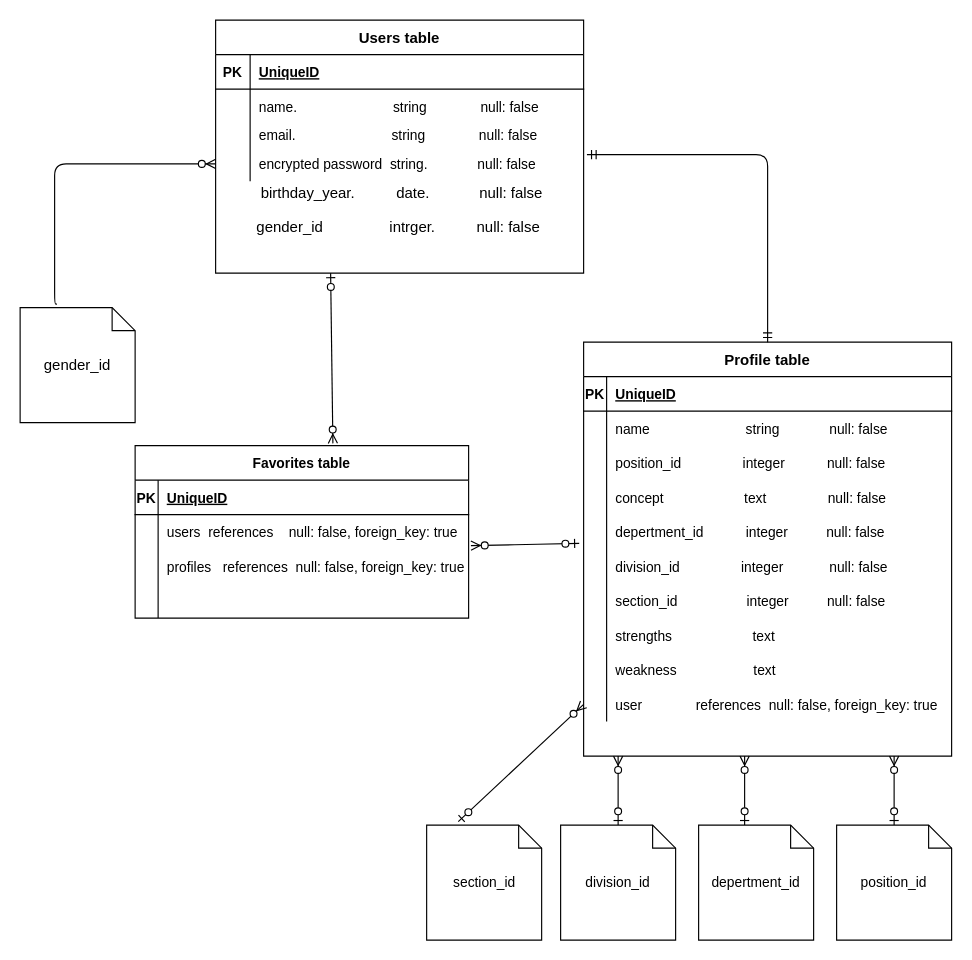
The draw.io diagram yaru_ja_nai.dio in YuichiTakaoka/yaru_ja_nai-37240, before the edit. Source tidied: cells renumbered, new cells numbered last; positions are measured from the earlier drawing's top-left corner, leaving out a move shared by most shapes. Both pictures are drawn from the tidied source at 115%, with x=0, y=0 at pixel (20, 20).
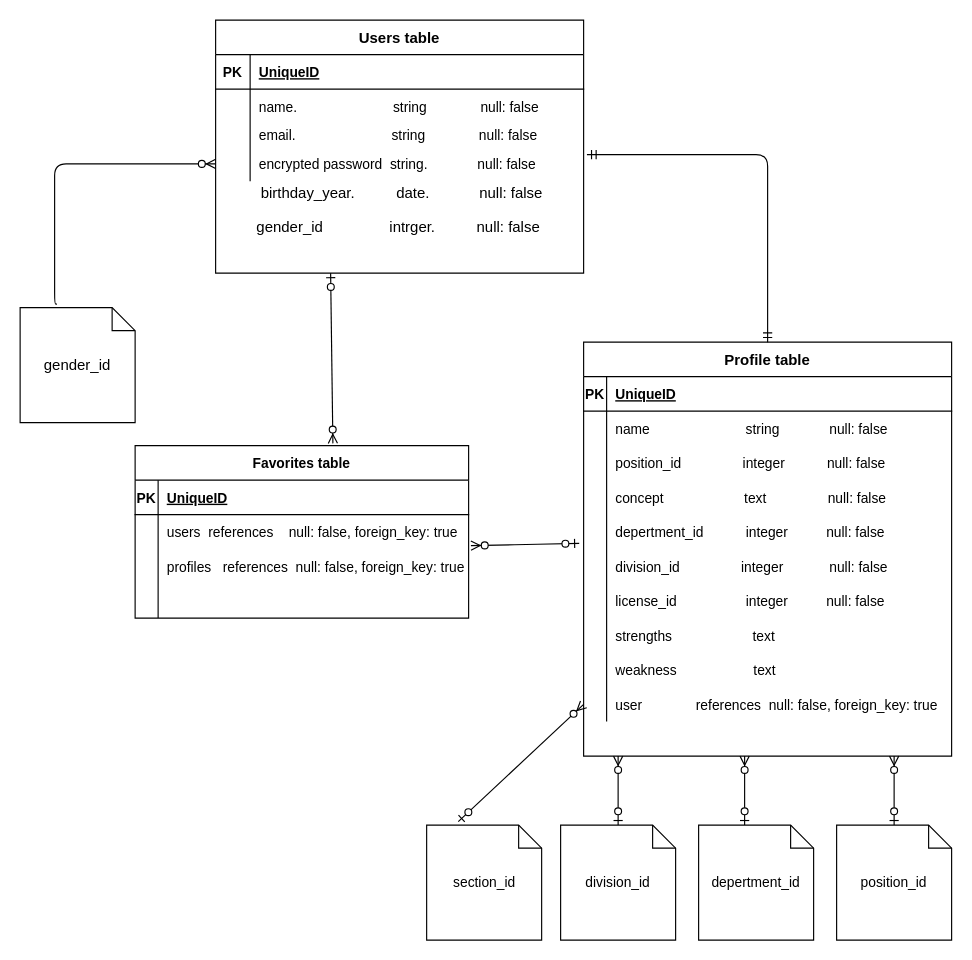
Above is the later version.

Unchanged cells that the change refers to:
```xml
<mxCell id="38" style="shape=partialRectangle;fillColor=none;top=0;left=0;bottom=0;right=0;" parent="19" vertex="1">
  <mxGeometry y="210" width="320" height="30" as="geometry" />
</mxCell>
```

Diff of the diagram source:
```diff
@@
-    <mxCell id="40" value="section_id                  integer          null: false" style="shape=partialRectangle;fillColor=none;top=0;left=0;bottom=0;right=0;align=left;spacingLeft=6;overflow=hidden;" parent="38" vertex="1">
+    <mxCell id="40" value="license_id                  integer          null: false" style="shape=partialRectangle;fillColor=none;top=0;left=0;bottom=0;right=0;align=left;spacingLeft=6;overflow=hidden;" parent="38" vertex="1">
       <mxGeometry x="20" width="300" height="30" as="geometry" />
     </mxCell>
```
